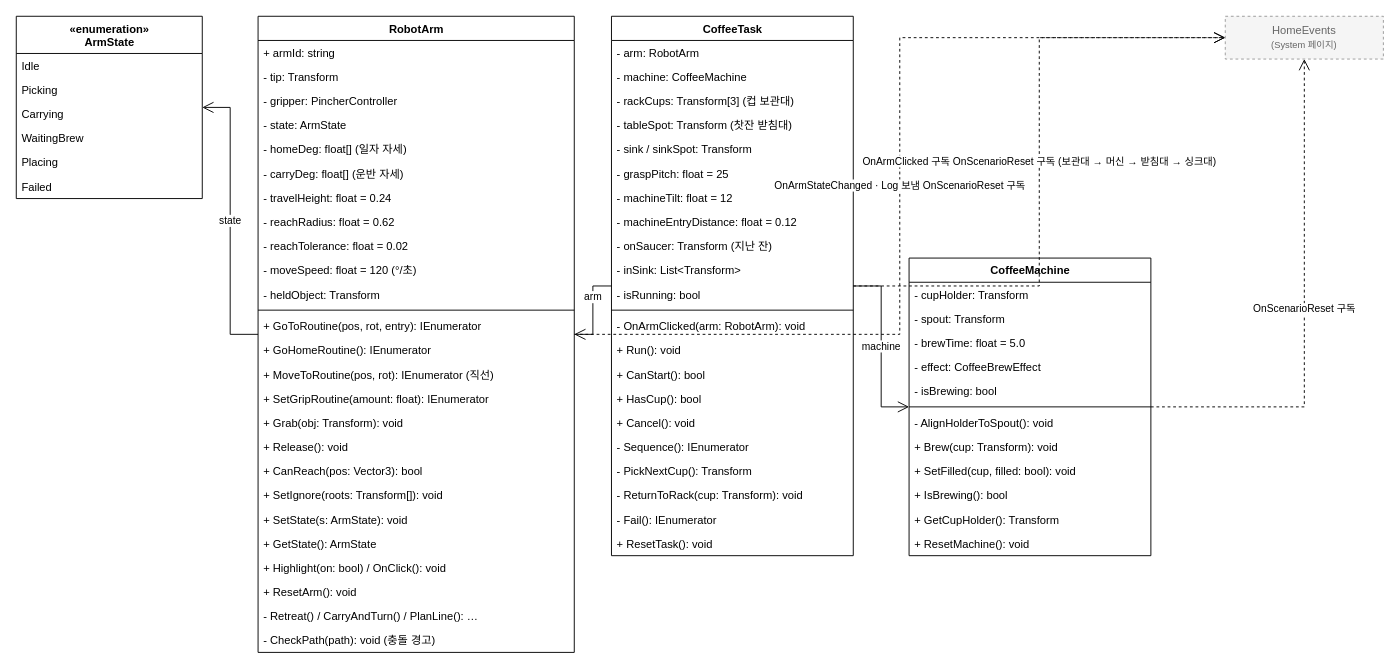
The draw.io diagram page "Robot_Arm" (4 of 7) of docs/COM_core_Devices.drawio in JJUNI-01-KOR/com-modelhouse, before the edit. Source tidied: cells renumbered, new cells numbered last; positions are measured from the earlier drawing's top-left corner, leaving out a move shared by most shapes. Both pictures are drawn from the tidied source at 93%, with x=0, y=0 at pixel (16, 16).
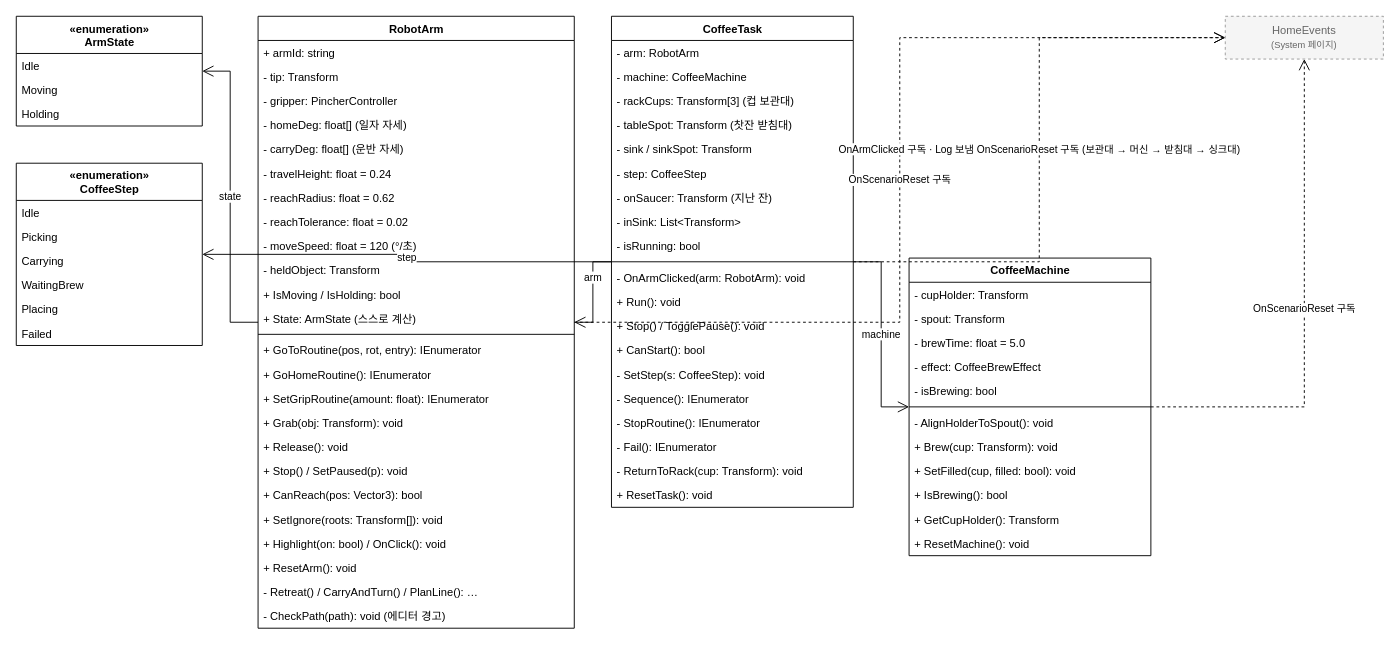
The same diagram, later.

Unchanged cells that the change refers to:
```xml
<mxCell id="74" value="HomeEvents&lt;br&gt;&lt;font style=&quot;font-size:10px&quot;&gt;(System 페이지)&lt;/font&gt;" style="rounded=0;whiteSpace=wrap;html=1;dashed=1;fillColor=#f5f5f5;strokeColor=#999999;fontColor=#666666;" parent="1" vertex="1">
  <mxGeometry x="1300" width="170" height="46" as="geometry" />
</mxCell>
```

What changed in the source:
```diff
@@
     <mxCell id="2" value="«enumeration»&lt;br&gt;ArmState" style="swimlane;fontStyle=1;align=center;verticalAlign=top;horizontal=1;startSize=40;rounded=0;shadow=0;strokeWidth=1;html=1;" parent="1" vertex="1">
-      <mxGeometry width="200" height="196" as="geometry" />
+      <mxGeometry width="200" height="118" as="geometry" />
     </mxCell>
-    <mxCell id="3" value="Idle" style="text;align=left;verticalAlign=top;spacingLeft=4;spacingRight=4;overflow=hidden;html=0;" parent="2" vertex="1">
-      <mxGeometry y="40" width="200" height="26" as="geometry" />
-    </mxCell>
+    <mxCell id="79" value="Idle" style="text;align=left;verticalAlign=top;spacingLeft=4;spacingRight=4;overflow=hidden;html=0;" parent="2" vertex="1">
+      <mxGeometry y="40" width="200" height="26" as="geometry" />
+    </mxCell>
+    <mxCell id="80" value="Moving" style="text;align=left;verticalAlign=top;spacingLeft=4;spacingRight=4;overflow=hidden;html=0;" parent="2" vertex="1">
+      <mxGeometry y="66" width="200" height="26" as="geometry" />
+    </mxCell>
+    <mxCell id="81" value="Holding" style="text;align=left;verticalAlign=top;spacingLeft=4;spacingRight=4;overflow=hidden;html=0;" parent="2" vertex="1">
+      <mxGeometry y="92" width="200" height="26" as="geometry" />
+    </mxCell>
+    <mxCell id="82" value="«enumeration»&lt;br&gt;CoffeeStep" style="swimlane;fontStyle=1;align=center;verticalAlign=top;horizontal=1;startSize=40;rounded=0;shadow=0;strokeWidth=1;html=1;" parent="1" vertex="1">
+      <mxGeometry y="158" width="200" height="196" as="geometry" />
+    </mxCell>
+    <mxCell id="83" value="Idle" style="text;align=left;verticalAlign=top;spacingLeft=4;spacingRight=4;overflow=hidden;html=0;" parent="82" vertex="1">
+      <mxGeometry y="40" width="200" height="26" as="geometry" />
+    </mxCell>
-    <mxCell id="4" value="Picking" style="text;align=left;verticalAlign=top;spacingLeft=4;spacingRight=4;overflow=hidden;html=0;" parent="2" vertex="1">
+    <mxCell id="4" value="Picking" style="text;align=left;verticalAlign=top;spacingLeft=4;spacingRight=4;overflow=hidden;html=0;" parent="82" vertex="1">
       <mxGeometry y="66" width="200" height="26" as="geometry" />
     </mxCell>
-    <mxCell id="5" value="Carrying" style="text;align=left;verticalAlign=top;spacingLeft=4;spacingRight=4;overflow=hidden;html=0;" parent="2" vertex="1">
+    <mxCell id="5" value="Carrying" style="text;align=left;verticalAlign=top;spacingLeft=4;spacingRight=4;overflow=hidden;html=0;" parent="82" vertex="1">
       <mxGeometry y="92" width="200" height="26" as="geometry" />
     </mxCell>
-    <mxCell id="6" value="WaitingBrew" style="text;align=left;verticalAlign=top;spacingLeft=4;spacingRight=4;overflow=hidden;html=0;" parent="2" vertex="1">
+    <mxCell id="6" value="WaitingBrew" style="text;align=left;verticalAlign=top;spacingLeft=4;spacingRight=4;overflow=hidden;html=0;" parent="82" vertex="1">
       <mxGeometry y="118" width="200" height="26" as="geometry" />
     </mxCell>
-    <mxCell id="7" value="Placing" style="text;align=left;verticalAlign=top;spacingLeft=4;spacingRight=4;overflow=hidden;html=0;" parent="2" vertex="1">
+    <mxCell id="7" value="Placing" style="text;align=left;verticalAlign=top;spacingLeft=4;spacingRight=4;overflow=hidden;html=0;" parent="82" vertex="1">
       <mxGeometry y="144" width="200" height="26" as="geometry" />
     </mxCell>
-    <mxCell id="8" value="Failed" style="text;align=left;verticalAlign=top;spacingLeft=4;spacingRight=4;overflow=hidden;html=0;" parent="2" vertex="1">
+    <mxCell id="8" value="Failed" style="text;align=left;verticalAlign=top;spacingLeft=4;spacingRight=4;overflow=hidden;html=0;" parent="82" vertex="1">
       <mxGeometry y="170" width="200" height="26" as="geometry" />
     </mxCell>
     <mxCell id="9" value="RobotArm" style="swimlane;fontStyle=1;align=center;verticalAlign=top;horizontal=1;startSize=26;rounded=0;shadow=0;strokeWidth=1;html=1;" parent="1" vertex="1">
-      <mxGeometry x="260" width="340" height="684" as="geometry" />
+      <mxGeometry x="260" width="340" height="658" as="geometry" />
     </mxCell>
@@
-    <mxCell id="13" value="- state: ArmState" style="text;align=left;verticalAlign=top;spacingLeft=4;spacingRight=4;overflow=hidden;html=0;" parent="9" vertex="1">
+    <mxCell id="13" value="- homeDeg: float[]  (일자 자세)" style="text;align=left;verticalAlign=top;spacingLeft=4;spacingRight=4;overflow=hidden;html=0;" parent="9" vertex="1">
       <mxGeometry y="104" width="340" height="26" as="geometry" />
     </mxCell>
-    <mxCell id="14" value="- homeDeg: float[]  (일자 자세)" style="text;align=left;verticalAlign=top;spacingLeft=4;spacingRight=4;overflow=hidden;html=0;" parent="9" vertex="1">
+    <mxCell id="14" value="- carryDeg: float[]  (운반 자세)" style="text;align=left;verticalAlign=top;spacingLeft=4;spacingRight=4;overflow=hidden;html=0;" parent="9" vertex="1">
       <mxGeometry y="130" width="340" height="26" as="geometry" />
     </mxCell>
-    <mxCell id="15" value="- carryDeg: float[]  (운반 자세)" style="text;align=left;verticalAlign=top;spacingLeft=4;spacingRight=4;overflow=hidden;html=0;" parent="9" vertex="1">
+    <mxCell id="15" value="- travelHeight: float = 0.24" style="text;align=left;verticalAlign=top;spacingLeft=4;spacingRight=4;overflow=hidden;html=0;" parent="9" vertex="1">
       <mxGeometry y="156" width="340" height="26" as="geometry" />
     </mxCell>
-    <mxCell id="16" value="- travelHeight: float = 0.24" style="text;align=left;verticalAlign=top;spacingLeft=4;spacingRight=4;overflow=hidden;html=0;" parent="9" vertex="1">
+    <mxCell id="16" value="- reachRadius: float = 0.62" style="text;align=left;verticalAlign=top;spacingLeft=4;spacingRight=4;overflow=hidden;html=0;" parent="9" vertex="1">
       <mxGeometry y="182" width="340" height="26" as="geometry" />
     </mxCell>
-    <mxCell id="17" value="- reachRadius: float = 0.62" style="text;align=left;verticalAlign=top;spacingLeft=4;spacingRight=4;overflow=hidden;html=0;" parent="9" vertex="1">
+    <mxCell id="17" value="- reachTolerance: float = 0.02" style="text;align=left;verticalAlign=top;spacingLeft=4;spacingRight=4;overflow=hidden;html=0;" parent="9" vertex="1">
       <mxGeometry y="208" width="340" height="26" as="geometry" />
     </mxCell>
-    <mxCell id="18" value="- reachTolerance: float = 0.02" style="text;align=left;verticalAlign=top;spacingLeft=4;spacingRight=4;overflow=hidden;html=0;" parent="9" vertex="1">
+    <mxCell id="18" value="- moveSpeed: float = 120 (°/초)" style="text;align=left;verticalAlign=top;spacingLeft=4;spacingRight=4;overflow=hidden;html=0;" parent="9" vertex="1">
       <mxGeometry y="234" width="340" height="26" as="geometry" />
     </mxCell>
-    <mxCell id="19" value="- moveSpeed: float = 120 (°/초)" style="text;align=left;verticalAlign=top;spacingLeft=4;spacingRight=4;overflow=hidden;html=0;" parent="9" vertex="1">
+    <mxCell id="19" value="- heldObject: Transform" style="text;align=left;verticalAlign=top;spacingLeft=4;spacingRight=4;overflow=hidden;html=0;" parent="9" vertex="1">
       <mxGeometry y="260" width="340" height="26" as="geometry" />
     </mxCell>
-    <mxCell id="20" value="- heldObject: Transform" style="text;align=left;verticalAlign=top;spacingLeft=4;spacingRight=4;overflow=hidden;html=0;" parent="9" vertex="1">
+    <mxCell id="20" value="+ IsMoving / IsHolding: bool" style="text;align=left;verticalAlign=top;spacingLeft=4;spacingRight=4;overflow=hidden;html=0;" parent="9" vertex="1">
       <mxGeometry y="286" width="340" height="26" as="geometry" />
     </mxCell>
-    <mxCell id="21" style="line;html=1;strokeWidth=1;align=left;verticalAlign=middle;spacingTop=-1;spacingLeft=3;spacingRight=3;labelPosition=right;" parent="9" vertex="1">
-      <mxGeometry y="312" width="340" height="8" as="geometry" />
+    <mxCell id="21" value="+ State: ArmState  (스스로 계산)" style="text;align=left;verticalAlign=top;spacingLeft=4;spacingRight=4;overflow=hidden;html=0;" parent="9" vertex="1">
+      <mxGeometry y="312" width="340" height="26" as="geometry" />
     </mxCell>
-    <mxCell id="22" value="+ GoToRoutine(pos, rot, entry): IEnumerator" style="text;align=left;verticalAlign=top;spacingLeft=4;spacingRight=4;overflow=hidden;html=0;" parent="9" vertex="1">
-      <mxGeometry y="320" width="340" height="26" as="geometry" />
+    <mxCell id="22" style="line;html=1;strokeWidth=1;align=left;verticalAlign=middle;spacingTop=-1;spacingLeft=3;spacingRight=3;labelPosition=right;" parent="9" vertex="1">
+      <mxGeometry y="338" width="340" height="8" as="geometry" />
     </mxCell>
-    <mxCell id="23" value="+ GoHomeRoutine(): IEnumerator" style="text;align=left;verticalAlign=top;spacingLeft=4;spacingRight=4;overflow=hidden;html=0;" parent="9" vertex="1">
+    <mxCell id="23" value="+ GoToRoutine(pos, rot, entry): IEnumerator" style="text;align=left;verticalAlign=top;spacingLeft=4;spacingRight=4;overflow=hidden;html=0;" parent="9" vertex="1">
       <mxGeometry y="346" width="340" height="26" as="geometry" />
     </mxCell>
-    <mxCell id="24" value="+ MoveToRoutine(pos, rot): IEnumerator  (직선)" style="text;align=left;verticalAlign=top;spacingLeft=4;spacingRight=4;overflow=hidden;html=0;" parent="9" vertex="1">
+    <mxCell id="24" value="+ GoHomeRoutine(): IEnumerator" style="text;align=left;verticalAlign=top;spacingLeft=4;spacingRight=4;overflow=hidden;html=0;" parent="9" vertex="1">
       <mxGeometry y="372" width="340" height="26" as="geometry" />
     </mxCell>
@@
-    <mxCell id="28" value="+ CanReach(pos: Vector3): bool" style="text;align=left;verticalAlign=top;spacingLeft=4;spacingRight=4;overflow=hidden;html=0;" parent="9" vertex="1">
+    <mxCell id="28" value="+ Stop() / SetPaused(p): void" style="text;align=left;verticalAlign=top;spacingLeft=4;spacingRight=4;overflow=hidden;html=0;" parent="9" vertex="1">
       <mxGeometry y="476" width="340" height="26" as="geometry" />
     </mxCell>
-    <mxCell id="29" value="+ SetIgnore(roots: Transform[]): void" style="text;align=left;verticalAlign=top;spacingLeft=4;spacingRight=4;overflow=hidden;html=0;" parent="9" vertex="1">
+    <mxCell id="29" value="+ CanReach(pos: Vector3): bool" style="text;align=left;verticalAlign=top;spacingLeft=4;spacingRight=4;overflow=hidden;html=0;" parent="9" vertex="1">
       <mxGeometry y="502" width="340" height="26" as="geometry" />
     </mxCell>
-    <mxCell id="30" value="+ SetState(s: ArmState): void" style="text;align=left;verticalAlign=top;spacingLeft=4;spacingRight=4;overflow=hidden;html=0;" parent="9" vertex="1">
+    <mxCell id="30" value="+ SetIgnore(roots: Transform[]): void" style="text;align=left;verticalAlign=top;spacingLeft=4;spacingRight=4;overflow=hidden;html=0;" parent="9" vertex="1">
       <mxGeometry y="528" width="340" height="26" as="geometry" />
     </mxCell>
-    <mxCell id="31" value="+ GetState(): ArmState" style="text;align=left;verticalAlign=top;spacingLeft=4;spacingRight=4;overflow=hidden;html=0;" parent="9" vertex="1">
+    <mxCell id="31" value="+ Highlight(on: bool) / OnClick(): void" style="text;align=left;verticalAlign=top;spacingLeft=4;spacingRight=4;overflow=hidden;html=0;" parent="9" vertex="1">
       <mxGeometry y="554" width="340" height="26" as="geometry" />
     </mxCell>
-    <mxCell id="32" value="+ Highlight(on: bool) / OnClick(): void" style="text;align=left;verticalAlign=top;spacingLeft=4;spacingRight=4;overflow=hidden;html=0;" parent="9" vertex="1">
+    <mxCell id="32" value="+ ResetArm(): void" style="text;align=left;verticalAlign=top;spacingLeft=4;spacingRight=4;overflow=hidden;html=0;" parent="9" vertex="1">
       <mxGeometry y="580" width="340" height="26" as="geometry" />
     </mxCell>
-    <mxCell id="33" value="+ ResetArm(): void" style="text;align=left;verticalAlign=top;spacingLeft=4;spacingRight=4;overflow=hidden;html=0;" parent="9" vertex="1">
+    <mxCell id="33" value="- Retreat() / CarryAndTurn() / PlanLine(): …" style="text;align=left;verticalAlign=top;spacingLeft=4;spacingRight=4;overflow=hidden;html=0;" parent="9" vertex="1">
       <mxGeometry y="606" width="340" height="26" as="geometry" />
     </mxCell>
-    <mxCell id="34" value="- Retreat() / CarryAndTurn() / PlanLine(): …" style="text;align=left;verticalAlign=top;spacingLeft=4;spacingRight=4;overflow=hidden;html=0;" parent="9" vertex="1">
+    <mxCell id="34" value="- CheckPath(path): void  (에디터 경고)" style="text;align=left;verticalAlign=top;spacingLeft=4;spacingRight=4;overflow=hidden;html=0;" parent="9" vertex="1">
       <mxGeometry y="632" width="340" height="26" as="geometry" />
     </mxCell>
-    <mxCell id="35" value="- CheckPath(path): void  (충돌 경고)" style="text;align=left;verticalAlign=top;spacingLeft=4;spacingRight=4;overflow=hidden;html=0;" parent="9" vertex="1">
-      <mxGeometry y="658" width="340" height="26" as="geometry" />
-    </mxCell>
     <mxCell id="36" value="CoffeeTask" style="swimlane;fontStyle=1;align=center;verticalAlign=top;horizontal=1;startSize=26;rounded=0;shadow=0;strokeWidth=1;html=1;" parent="1" vertex="1">
-      <mxGeometry x="640" width="260" height="580" as="geometry" />
+      <mxGeometry x="640" width="260" height="528" as="geometry" />
     </mxCell>
@@
-    <mxCell id="42" value="- graspPitch: float = 25" style="text;align=left;verticalAlign=top;spacingLeft=4;spacingRight=4;overflow=hidden;html=0;" parent="36" vertex="1">
+    <mxCell id="42" value="- step: CoffeeStep" style="text;align=left;verticalAlign=top;spacingLeft=4;spacingRight=4;overflow=hidden;html=0;" parent="36" vertex="1">
       <mxGeometry y="156" width="260" height="26" as="geometry" />
     </mxCell>
-    <mxCell id="43" value="- machineTilt: float = 12" style="text;align=left;verticalAlign=top;spacingLeft=4;spacingRight=4;overflow=hidden;html=0;" parent="36" vertex="1">
+    <mxCell id="43" value="- onSaucer: Transform  (지난 잔)" style="text;align=left;verticalAlign=top;spacingLeft=4;spacingRight=4;overflow=hidden;html=0;" parent="36" vertex="1">
       <mxGeometry y="182" width="260" height="26" as="geometry" />
     </mxCell>
-    <mxCell id="44" value="- machineEntryDistance: float = 0.12" style="text;align=left;verticalAlign=top;spacingLeft=4;spacingRight=4;overflow=hidden;html=0;" parent="36" vertex="1">
+    <mxCell id="44" value="- inSink: List&lt;Transform&gt;" style="text;align=left;verticalAlign=top;spacingLeft=4;spacingRight=4;overflow=hidden;html=0;" parent="36" vertex="1">
       <mxGeometry y="208" width="260" height="26" as="geometry" />
     </mxCell>
-    <mxCell id="45" value="- onSaucer: Transform  (지난 잔)" style="text;align=left;verticalAlign=top;spacingLeft=4;spacingRight=4;overflow=hidden;html=0;" parent="36" vertex="1">
+    <mxCell id="45" value="- isRunning: bool" style="text;align=left;verticalAlign=top;spacingLeft=4;spacingRight=4;overflow=hidden;html=0;" parent="36" vertex="1">
       <mxGeometry y="234" width="260" height="26" as="geometry" />
     </mxCell>
-    <mxCell id="46" value="- inSink: List&lt;Transform&gt;" style="text;align=left;verticalAlign=top;spacingLeft=4;spacingRight=4;overflow=hidden;html=0;" parent="36" vertex="1">
-      <mxGeometry y="260" width="260" height="26" as="geometry" />
+    <mxCell id="46" style="line;html=1;strokeWidth=1;align=left;verticalAlign=middle;spacingTop=-1;spacingLeft=3;spacingRight=3;labelPosition=right;" parent="36" vertex="1">
+      <mxGeometry y="260" width="260" height="8" as="geometry" />
     </mxCell>
-    <mxCell id="47" value="- isRunning: bool" style="text;align=left;verticalAlign=top;spacingLeft=4;spacingRight=4;overflow=hidden;html=0;" parent="36" vertex="1">
-      <mxGeometry y="286" width="260" height="26" as="geometry" />
+    <mxCell id="47" value="- OnArmClicked(arm: RobotArm): void" style="text;align=left;verticalAlign=top;spacingLeft=4;spacingRight=4;overflow=hidden;html=0;" parent="36" vertex="1">
+      <mxGeometry y="268" width="260" height="26" as="geometry" />
     </mxCell>
-    <mxCell id="48" style="line;html=1;strokeWidth=1;align=left;verticalAlign=middle;spacingTop=-1;spacingLeft=3;spacingRight=3;labelPosition=right;" parent="36" vertex="1">
-      <mxGeometry y="312" width="260" height="8" as="geometry" />
+    <mxCell id="48" value="+ Run(): void" style="text;align=left;verticalAlign=top;spacingLeft=4;spacingRight=4;overflow=hidden;html=0;" parent="36" vertex="1">
+      <mxGeometry y="294" width="260" height="26" as="geometry" />
     </mxCell>
-    <mxCell id="49" value="- OnArmClicked(arm: RobotArm): void" style="text;align=left;verticalAlign=top;spacingLeft=4;spacingRight=4;overflow=hidden;html=0;" parent="36" vertex="1">
+    <mxCell id="49" value="+ Stop() / TogglePause(): void" style="text;align=left;verticalAlign=top;spacingLeft=4;spacingRight=4;overflow=hidden;html=0;" parent="36" vertex="1">
       <mxGeometry y="320" width="260" height="26" as="geometry" />
     </mxCell>
-    <mxCell id="50" value="+ Run(): void" style="text;align=left;verticalAlign=top;spacingLeft=4;spacingRight=4;overflow=hidden;html=0;" parent="36" vertex="1">
+    <mxCell id="50" value="+ CanStart(): bool" style="text;align=left;verticalAlign=top;spacingLeft=4;spacingRight=4;overflow=hidden;html=0;" parent="36" vertex="1">
       <mxGeometry y="346" width="260" height="26" as="geometry" />
     </mxCell>
-    <mxCell id="51" value="+ CanStart(): bool" style="text;align=left;verticalAlign=top;spacingLeft=4;spacingRight=4;overflow=hidden;html=0;" parent="36" vertex="1">
+    <mxCell id="51" value="- SetStep(s: CoffeeStep): void" style="text;align=left;verticalAlign=top;spacingLeft=4;spacingRight=4;overflow=hidden;html=0;" parent="36" vertex="1">
       <mxGeometry y="372" width="260" height="26" as="geometry" />
     </mxCell>
-    <mxCell id="52" value="+ HasCup(): bool" style="text;align=left;verticalAlign=top;spacingLeft=4;spacingRight=4;overflow=hidden;html=0;" parent="36" vertex="1">
+    <mxCell id="52" value="- Sequence(): IEnumerator" style="text;align=left;verticalAlign=top;spacingLeft=4;spacingRight=4;overflow=hidden;html=0;" parent="36" vertex="1">
       <mxGeometry y="398" width="260" height="26" as="geometry" />
     </mxCell>
-    <mxCell id="53" value="+ Cancel(): void" style="text;align=left;verticalAlign=top;spacingLeft=4;spacingRight=4;overflow=hidden;html=0;" parent="36" vertex="1">
+    <mxCell id="53" value="- StopRoutine(): IEnumerator" style="text;align=left;verticalAlign=top;spacingLeft=4;spacingRight=4;overflow=hidden;html=0;" parent="36" vertex="1">
       <mxGeometry y="424" width="260" height="26" as="geometry" />
     </mxCell>
-    <mxCell id="54" value="- Sequence(): IEnumerator" style="text;align=left;verticalAlign=top;spacingLeft=4;spacingRight=4;overflow=hidden;html=0;" parent="36" vertex="1">
+    <mxCell id="54" value="- Fail(): IEnumerator" style="text;align=left;verticalAlign=top;spacingLeft=4;spacingRight=4;overflow=hidden;html=0;" parent="36" vertex="1">
       <mxGeometry y="450" width="260" height="26" as="geometry" />
     </mxCell>
-    <mxCell id="55" value="- PickNextCup(): Transform" style="text;align=left;verticalAlign=top;spacingLeft=4;spacingRight=4;overflow=hidden;html=0;" parent="36" vertex="1">
+    <mxCell id="55" value="- ReturnToRack(cup: Transform): void" style="text;align=left;verticalAlign=top;spacingLeft=4;spacingRight=4;overflow=hidden;html=0;" parent="36" vertex="1">
       <mxGeometry y="476" width="260" height="26" as="geometry" />
     </mxCell>
-    <mxCell id="56" value="- ReturnToRack(cup: Transform): void" style="text;align=left;verticalAlign=top;spacingLeft=4;spacingRight=4;overflow=hidden;html=0;" parent="36" vertex="1">
+    <mxCell id="56" value="+ ResetTask(): void" style="text;align=left;verticalAlign=top;spacingLeft=4;spacingRight=4;overflow=hidden;html=0;" parent="36" vertex="1">
       <mxGeometry y="502" width="260" height="26" as="geometry" />
     </mxCell>
-    <mxCell id="57" value="- Fail(): IEnumerator" style="text;align=left;verticalAlign=top;spacingLeft=4;spacingRight=4;overflow=hidden;html=0;" parent="36" vertex="1">
-      <mxGeometry y="528" width="260" height="26" as="geometry" />
-    </mxCell>
-    <mxCell id="58" value="+ ResetTask(): void" style="text;align=left;verticalAlign=top;spacingLeft=4;spacingRight=4;overflow=hidden;html=0;" parent="36" vertex="1">
-      <mxGeometry y="554" width="260" height="26" as="geometry" />
-    </mxCell>
@@
-    <mxCell id="75" value="OnArmStateChanged · Log 보냄 OnScenarioReset 구독" style="endArrow=open;endSize=10;dashed=1;html=1;rounded=0;edgeStyle=orthogonalEdgeStyle;" parent="1" edge="1" source="9" target="74">
+    <mxCell id="75" value="OnScenarioReset 구독" style="endArrow=open;endSize=10;dashed=1;html=1;rounded=0;edgeStyle=orthogonalEdgeStyle;" parent="1" edge="1" source="9" target="74">
       <mxGeometry relative="1" as="geometry" />
     </mxCell>
-    <mxCell id="76" value="OnArmClicked 구독 OnScenarioReset 구독 (보관대 → 머신 → 받침대 → 싱크대)" style="endArrow=open;endSize=10;dashed=1;html=1;rounded=0;edgeStyle=orthogonalEdgeStyle;" parent="1" edge="1" source="36" target="74">
+    <mxCell id="76" value="OnArmClicked 구독 · Log 보냄 OnScenarioReset 구독 (보관대 → 머신 → 받침대 → 싱크대)" style="endArrow=open;endSize=10;dashed=1;html=1;rounded=0;edgeStyle=orthogonalEdgeStyle;" parent="1" edge="1" source="36" target="74">
       <mxGeometry relative="1" as="geometry" />
     </mxCell>
@@
+    <mxCell id="84" value="step" style="endArrow=open;endSize=10;html=1;rounded=0;edgeStyle=orthogonalEdgeStyle;" parent="1" edge="1" source="36" target="82">
+      <mxGeometry relative="1" as="geometry" />
+    </mxCell>
```
